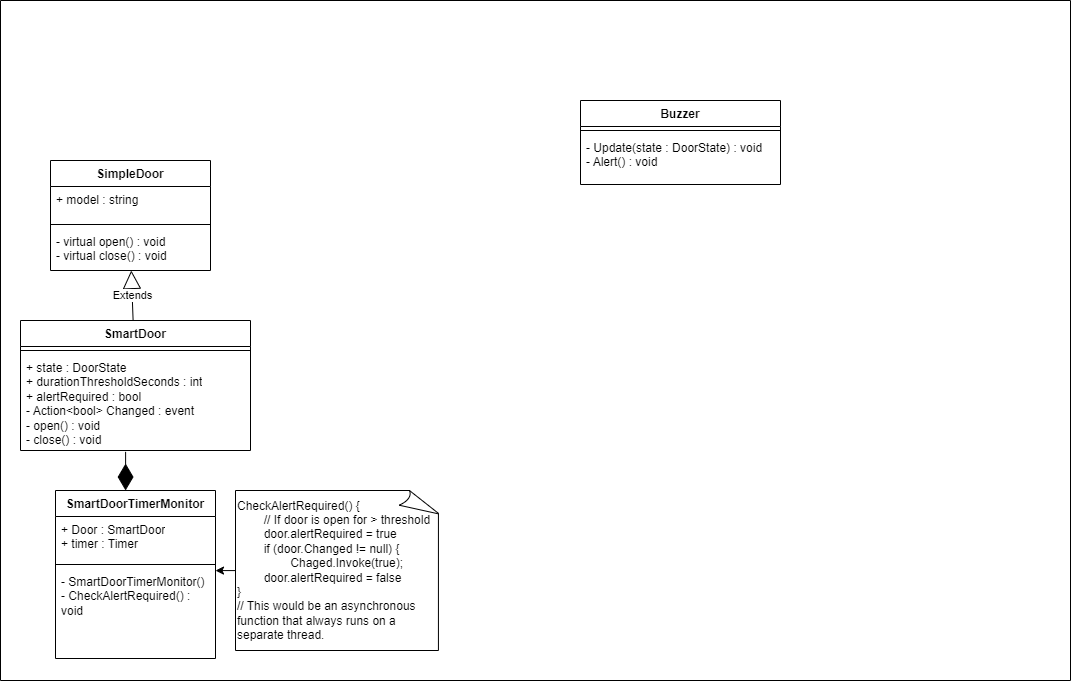
The draw.io diagram DoorSimulatorPrototype - After/DoorPrototypeAfter.png in elementalneil/freshers-bootcamp-2024, before a commit. Source tidied: cells renumbered, new cells last; positions are measured from the earlier drawing's top-left corner, leaving out a move shared by most shapes.
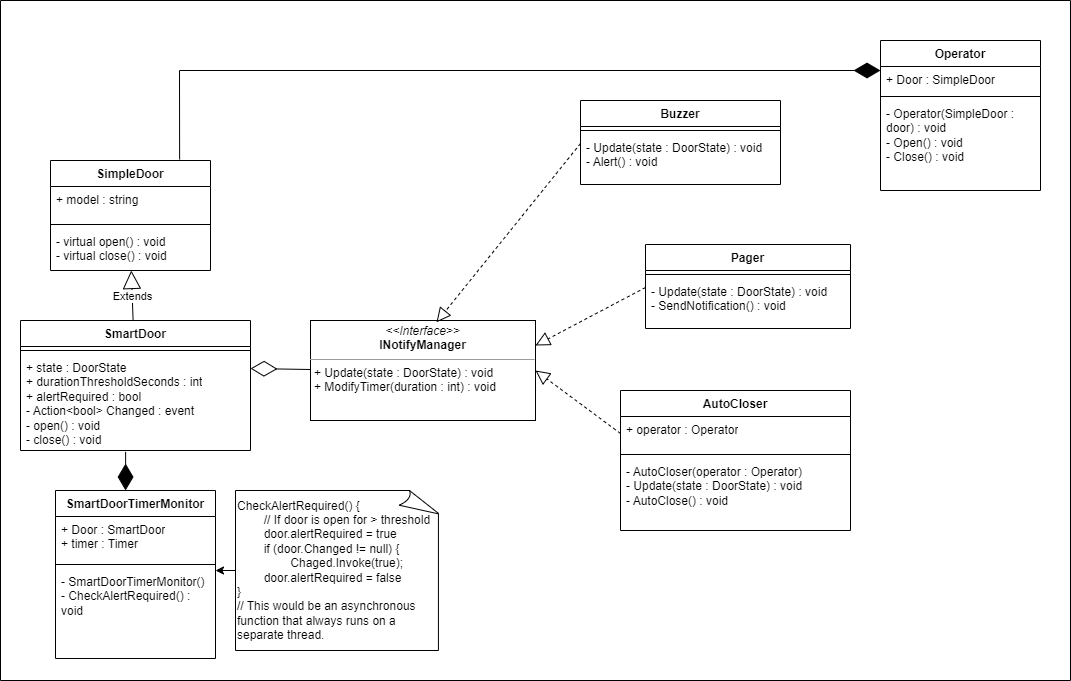
After the change.

Commit message:
Fixed Issue in UML Diagram

What changed in the source:
```diff
@@ -2,64 +2,128 @@
   <root>
     <mxCell id="0" />
     <mxCell id="1" parent="0" />
-    <mxCell id="2" style="swimlane;startSize=0;direction=south;" parent="1" vertex="1">
-      <mxGeometry width="1070" height="680" as="geometry" />
+    <mxCell id="2" value="&lt;p style=&quot;margin:0px;margin-top:4px;text-align:center;&quot;&gt;&lt;i&gt;&amp;lt;&amp;lt;Interface&amp;gt;&amp;gt;&lt;/i&gt;&lt;br&gt;&lt;b&gt;INotifyManager&lt;/b&gt;&lt;/p&gt;&lt;hr size=&quot;1&quot;&gt;&lt;p style=&quot;margin:0px;margin-left:4px;&quot;&gt;&lt;/p&gt;&lt;p style=&quot;margin:0px;margin-left:4px;&quot;&gt;&lt;span style=&quot;background-color: initial;&quot;&gt;+ Update(state : DoorState) : void&lt;/span&gt;&lt;br&gt;&lt;/p&gt;&lt;p style=&quot;margin:0px;margin-left:4px;&quot;&gt;+ ModifyTimer(duration : int) : void&lt;br&gt;&lt;/p&gt;" style="verticalAlign=top;align=left;overflow=fill;fontSize=12;fontFamily=Helvetica;html=1;whiteSpace=wrap;" parent="1" vertex="1">
+      <mxGeometry width="225" height="100" as="geometry" />
     </mxCell>
-    <mxCell id="3" value="Buzzer" style="swimlane;fontStyle=1;align=center;verticalAlign=top;horizontal=1;startSize=26;whiteSpace=wrap;html=1;" parent="2" vertex="1">
-      <mxGeometry x="580" y="100" width="200" height="84" as="geometry" />
+    <mxCell id="3" style="endArrow=diamondThin;endFill=0;endSize=24;html=1;rounded=0;entryX=1;entryY=0.5;entryDx=0;entryDy=0;exitX=-0.002;exitY=0.49;exitDx=0;exitDy=0;exitPerimeter=0;" parent="1" edge="1" source="2">
+      <mxGeometry relative="1" as="geometry">
+        <mxPoint x="-60" y="48" as="targetPoint" />
+      </mxGeometry>
     </mxCell>
-    <mxCell id="4" style="line;strokeWidth=1;fillColor=none;align=left;verticalAlign=middle;spacingTop=-1;spacingLeft=3;spacingRight=3;labelPosition=right;strokeColor=inherit;" parent="3" vertex="1">
-      <mxGeometry y="26" width="200" height="8" as="geometry" />
+    <mxCell id="4" value="Pager" style="swimlane;fontStyle=1;align=center;verticalAlign=top;horizontal=1;startSize=26;whiteSpace=wrap;html=1;" parent="1" vertex="1">
+      <mxGeometry x="335" y="-76" width="205" height="84" as="geometry" />
     </mxCell>
-    <mxCell id="5" value="- Update(state : DoorState) : void&lt;br&gt;- Alert() : void" style="text;strokeColor=none;fillColor=none;align=left;verticalAlign=top;spacingLeft=4;spacingRight=4;overflow=hidden;whiteSpace=wrap;html=1;" parent="3" vertex="1">
-      <mxGeometry y="34" width="200" height="50" as="geometry" />
+    <mxCell id="5" style="line;strokeWidth=1;fillColor=none;align=left;verticalAlign=middle;spacingTop=-1;spacingLeft=3;spacingRight=3;labelPosition=right;strokeColor=inherit;" parent="4" vertex="1">
+      <mxGeometry y="26" width="205" height="8" as="geometry" />
     </mxCell>
-    <mxCell id="6" value="SmartDoorTimerMonitor" style="swimlane;fontStyle=1;align=center;verticalAlign=top;horizontal=1;startSize=26;whiteSpace=wrap;html=1;" parent="2" vertex="1">
-      <mxGeometry x="55" y="490" width="160" height="168" as="geometry" />
+    <mxCell id="6" value="- Update(state : DoorState) : void&lt;br&gt;- SendNotification() : void" style="text;strokeColor=none;fillColor=none;align=left;verticalAlign=top;spacingLeft=4;spacingRight=4;overflow=hidden;points=[[0,0.5],[1,0.5]];portConstraint=eastwest;whiteSpace=wrap;html=1;" parent="4" vertex="1">
+      <mxGeometry y="34" width="205" height="50" as="geometry" />
     </mxCell>
-    <mxCell id="7" value="+ Door : SmartDoor&lt;br&gt;+ timer : Timer" style="text;strokeColor=none;fillColor=none;align=left;verticalAlign=top;spacingLeft=4;spacingRight=4;overflow=hidden;whiteSpace=wrap;html=1;" parent="6" vertex="1">
-      <mxGeometry y="26" width="160" height="44" as="geometry" />
+    <mxCell id="7" value="AutoCloser" style="swimlane;fontStyle=1;align=center;verticalAlign=top;horizontal=1;startSize=26;whiteSpace=wrap;html=1;" parent="1" vertex="1">
+      <mxGeometry x="310" y="70" width="230" height="140" as="geometry" />
     </mxCell>
-    <mxCell id="8" style="line;strokeWidth=1;fillColor=none;align=left;verticalAlign=middle;spacingTop=-1;spacingLeft=3;spacingRight=3;labelPosition=right;points=[];portConstraint=eastwest;strokeColor=inherit;" parent="6" vertex="1">
-      <mxGeometry y="70" width="160" height="8" as="geometry" />
+    <mxCell id="8" value="+ operator : Operator" style="text;strokeColor=none;fillColor=none;align=left;verticalAlign=top;spacingLeft=4;spacingRight=4;overflow=hidden;points=[[0,0.5],[1,0.5]];portConstraint=eastwest;whiteSpace=wrap;html=1;" parent="7" vertex="1">
+      <mxGeometry y="26" width="230" height="34" as="geometry" />
     </mxCell>
-    <mxCell id="9" value="- SmartDoorTimerMonitor()&lt;br&gt;- CheckAlertRequired() : void" style="text;strokeColor=none;fillColor=none;align=left;verticalAlign=top;spacingLeft=4;spacingRight=4;overflow=hidden;whiteSpace=wrap;html=1;" parent="6" vertex="1">
-      <mxGeometry y="78" width="160" height="90" as="geometry" />
+    <mxCell id="9" style="line;strokeWidth=1;fillColor=none;align=left;verticalAlign=middle;spacingTop=-1;spacingLeft=3;spacingRight=3;labelPosition=right;strokeColor=inherit;" parent="7" vertex="1">
+      <mxGeometry y="60" width="230" height="8" as="geometry" />
     </mxCell>
-    <mxCell id="10" value="CheckAlertRequired() {&lt;br&gt;&lt;span style=&quot;white-space: pre;&quot;&gt;&#9;&lt;/span&gt;// If door is open for &amp;gt; threshold&lt;br&gt;&lt;span style=&quot;white-space: pre;&quot;&gt;&#9;&lt;/span&gt;door.alertRequired = true&lt;br&gt;&lt;span style=&quot;white-space: pre;&quot;&gt;&#9;&lt;/span&gt;if (door.Changed != null) {&lt;br&gt;&lt;span style=&quot;white-space: pre;&quot;&gt;&#9;&lt;/span&gt;&lt;span style=&quot;white-space: pre;&quot;&gt;&#9;&lt;/span&gt;Chaged.Invoke(true);&lt;br&gt;&lt;span style=&quot;white-space: pre;&quot;&gt;&#9;&lt;/span&gt;door.alertRequired = false&lt;br&gt;}&lt;br&gt;// This would be an asynchronous function that always runs on a separate thread." style="whiteSpace=wrap;html=1;shape=mxgraph.basic.document;align=left;" parent="2" vertex="1">
-      <mxGeometry x="235" y="490" width="205" height="160" as="geometry" />
+    <mxCell id="10" value="- AutoCloser(operator : Operator)&lt;br&gt;- Update(state : DoorState) : void&lt;br&gt;- AutoClose() : void" style="text;strokeColor=none;fillColor=none;align=left;verticalAlign=top;spacingLeft=4;spacingRight=4;overflow=hidden;points=[[0,0.5],[1,0.5]];portConstraint=eastwest;whiteSpace=wrap;html=1;" parent="7" vertex="1">
+      <mxGeometry y="68" width="230" height="72" as="geometry" />
     </mxCell>
-    <mxCell id="11" style="edgeStyle=orthogonalEdgeStyle;rounded=0;jettySize=auto;html=1;" parent="2" edge="1" source="10">
+    <mxCell id="11" style="endArrow=block;dashed=1;endFill=0;endSize=12;html=1;rounded=0;exitX=0;exitY=0.5;exitDx=0;exitDy=0;entryX=0.56;entryY=0.018;entryDx=0;entryDy=0;entryPerimeter=0;" parent="1" edge="1" target="2">
       <mxGeometry relative="1" as="geometry">
-        <mxPoint x="215" y="570" as="targetPoint" />
+        <mxPoint x="270" y="-177" as="sourcePoint" />
       </mxGeometry>
     </mxCell>
-    <mxCell id="12" value="SmartDoor&lt;br&gt;" style="swimlane;fontStyle=1;align=center;verticalAlign=top;horizontal=1;startSize=26;whiteSpace=wrap;html=1;" parent="2" vertex="1">
-      <mxGeometry x="20" y="320" width="230" height="130" as="geometry" />
+    <mxCell id="12" style="endArrow=block;dashed=1;endFill=0;endSize=12;html=1;rounded=0;exitX=0;exitY=0.5;exitDx=0;exitDy=0;entryX=1;entryY=0.25;entryDx=0;entryDy=0;" parent="1" edge="1" target="2">
+      <mxGeometry relative="1" as="geometry">
+        <mxPoint x="335" y="-33" as="sourcePoint" />
+      </mxGeometry>
     </mxCell>
-    <mxCell id="13" style="line;strokeWidth=1;fillColor=none;align=left;verticalAlign=middle;spacingTop=-1;spacingLeft=3;spacingRight=3;labelPosition=right;strokeColor=inherit;" parent="12" vertex="1">
-      <mxGeometry y="26" width="230" height="8" as="geometry" />
+    <mxCell id="13" style="endArrow=block;dashed=1;endFill=0;endSize=12;html=1;rounded=0;exitX=0;exitY=0.5;exitDx=0;exitDy=0;entryX=1;entryY=0.5;entryDx=0;entryDy=0;" parent="1" edge="1" source="8" target="2">
+      <mxGeometry relative="1" as="geometry" />
     </mxCell>
-    <mxCell id="14" value="+ state : DoorState&lt;br&gt;+ durationThresholdSeconds : int&lt;br style=&quot;border-color: var(--border-color);&quot;&gt;+ alertRequired : bool&lt;br&gt;- Action&amp;lt;bool&amp;gt; Changed : event&lt;br&gt;- open() : void&lt;br&gt;- close() : void" style="text;strokeColor=none;fillColor=none;align=left;verticalAlign=top;spacingLeft=4;spacingRight=4;overflow=hidden;points=[[0,0.5],[1,0.5]];portConstraint=eastwest;whiteSpace=wrap;html=1;" parent="12" vertex="1">
-      <mxGeometry y="34" width="230" height="96" as="geometry" />
+    <mxCell id="14" value="Operator" style="swimlane;fontStyle=1;align=center;verticalAlign=top;horizontal=1;startSize=26;whiteSpace=wrap;html=1;" parent="1" vertex="1">
+      <mxGeometry x="570" y="-280" width="160" height="150" as="geometry" />
     </mxCell>
-    <mxCell id="15" style="endArrow=diamondThin;endFill=1;endSize=24;html=1;rounded=0;exitX=0.457;exitY=1.014;exitDx=0;exitDy=0;exitPerimeter=0;entryX=0.438;entryY=0;entryDx=0;entryDy=0;entryPerimeter=0;" parent="2" edge="1" source="14" target="6">
-      <mxGeometry relative="1" as="geometry" />
+    <mxCell id="15" value="+ Door : SimpleDoor" style="text;strokeColor=none;fillColor=none;align=left;verticalAlign=top;spacingLeft=4;spacingRight=4;overflow=hidden;whiteSpace=wrap;html=1;" parent="14" vertex="1">
+      <mxGeometry y="26" width="160" height="26" as="geometry" />
     </mxCell>
-    <mxCell id="16" value="SimpleDoor" style="swimlane;fontStyle=1;align=center;verticalAlign=top;horizontal=1;startSize=26;whiteSpace=wrap;html=1;" parent="2" vertex="1">
-      <mxGeometry x="50" y="160" width="160" height="110" as="geometry" />
+    <mxCell id="16" style="line;strokeWidth=1;fillColor=none;align=left;verticalAlign=middle;spacingTop=-1;spacingLeft=3;spacingRight=3;labelPosition=right;strokeColor=inherit;" parent="14" vertex="1">
+      <mxGeometry y="52" width="160" height="8" as="geometry" />
     </mxCell>
-    <mxCell id="17" value="+ model : string" style="text;strokeColor=none;fillColor=none;align=left;verticalAlign=top;spacingLeft=4;spacingRight=4;overflow=hidden;whiteSpace=wrap;html=1;" parent="16" vertex="1">
-      <mxGeometry y="26" width="160" height="34" as="geometry" />
+    <mxCell id="17" value="- Operator(SimpleDoor : door) : void&lt;br&gt;- Open() : void&lt;br&gt;- Close() : void" style="text;strokeColor=none;fillColor=none;align=left;verticalAlign=top;spacingLeft=4;spacingRight=4;overflow=hidden;whiteSpace=wrap;html=1;" parent="14" vertex="1">
+      <mxGeometry y="60" width="160" height="90" as="geometry" />
     </mxCell>
-    <mxCell id="18" style="line;strokeWidth=1;fillColor=none;align=left;verticalAlign=middle;spacingTop=-1;spacingLeft=3;spacingRight=3;labelPosition=right;strokeColor=inherit;" parent="16" vertex="1">
-      <mxGeometry y="60" width="160" height="8" as="geometry" />
+    <mxCell id="18" style="swimlane;startSize=0;direction=south;" parent="1" vertex="1">
+      <mxGeometry x="-310" y="-320" width="1070" height="680" as="geometry" />
     </mxCell>
-    <mxCell id="19" value="- virtual open() : void&lt;br&gt;- virtual close() : void" style="text;strokeColor=none;fillColor=none;align=left;verticalAlign=top;spacingLeft=4;spacingRight=4;overflow=hidden;points=[[0,0.5],[1,0.5]];portConstraint=eastwest;whiteSpace=wrap;html=1;" parent="16" vertex="1">
-      <mxGeometry y="68" width="160" height="42" as="geometry" />
+    <mxCell id="19" value="Buzzer" style="swimlane;fontStyle=1;align=center;verticalAlign=top;horizontal=1;startSize=26;whiteSpace=wrap;html=1;" parent="18" vertex="1">
+      <mxGeometry x="580" y="100" width="200" height="84" as="geometry" />
     </mxCell>
-    <mxCell id="20" value="Extends" style="endArrow=block;endSize=16;endFill=0;html=1;rounded=0;" parent="2" edge="1" source="12" target="19">
-      <mxGeometry relative="1" as="geometry" />
+    <mxCell id="20" style="line;strokeWidth=1;fillColor=none;align=left;verticalAlign=middle;spacingTop=-1;spacingLeft=3;spacingRight=3;labelPosition=right;strokeColor=inherit;" parent="19" vertex="1">
+      <mxGeometry y="26" width="200" height="8" as="geometry" />
     </mxCell>
+    <mxCell id="21" value="- Update(state : DoorState) : void&lt;br&gt;- Alert() : void" style="text;strokeColor=none;fillColor=none;align=left;verticalAlign=top;spacingLeft=4;spacingRight=4;overflow=hidden;whiteSpace=wrap;html=1;" parent="19" vertex="1">
+      <mxGeometry y="34" width="200" height="50" as="geometry" />
+    </mxCell>
+    <mxCell id="22" value="SmartDoorTimerMonitor" style="swimlane;fontStyle=1;align=center;verticalAlign=top;horizontal=1;startSize=26;whiteSpace=wrap;html=1;" parent="18" vertex="1">
+      <mxGeometry x="55" y="490" width="160" height="168" as="geometry" />
+    </mxCell>
+    <mxCell id="23" value="+ Door : SmartDoor&lt;br&gt;+ timer : Timer" style="text;strokeColor=none;fillColor=none;align=left;verticalAlign=top;spacingLeft=4;spacingRight=4;overflow=hidden;whiteSpace=wrap;html=1;" parent="22" vertex="1">
+      <mxGeometry y="26" width="160" height="44" as="geometry" />
+    </mxCell>
+    <mxCell id="24" style="line;strokeWidth=1;fillColor=none;align=left;verticalAlign=middle;spacingTop=-1;spacingLeft=3;spacingRight=3;labelPosition=right;strokeColor=inherit;" parent="22" vertex="1">
+      <mxGeometry y="70" width="160" height="8" as="geometry" />
+    </mxCell>
+    <mxCell id="25" value="- SmartDoorTimerMonitor()&lt;br&gt;- CheckAlertRequired() : void" style="text;strokeColor=none;fillColor=none;align=left;verticalAlign=top;spacingLeft=4;spacingRight=4;overflow=hidden;whiteSpace=wrap;html=1;" parent="22" vertex="1">
+      <mxGeometry y="78" width="160" height="90" as="geometry" />
+    </mxCell>
+    <mxCell id="26" value="CheckAlertRequired() {&lt;br&gt;&lt;span style=&quot;white-space: pre;&quot;&gt;&#9;&lt;/span&gt;// If door is open for &amp;gt; threshold&lt;br&gt;&lt;span style=&quot;white-space: pre;&quot;&gt;&#9;&lt;/span&gt;door.alertRequired = true&lt;br&gt;&lt;span style=&quot;white-space: pre;&quot;&gt;&#9;&lt;/span&gt;if (door.Changed != null) {&lt;br&gt;&lt;span style=&quot;white-space: pre;&quot;&gt;&#9;&lt;/span&gt;&lt;span style=&quot;white-space: pre;&quot;&gt;&#9;&lt;/span&gt;Chaged.Invoke(true);&lt;br&gt;&lt;span style=&quot;white-space: pre;&quot;&gt;&#9;&lt;/span&gt;door.alertRequired = false&lt;br&gt;}&lt;br&gt;// This would be an asynchronous function that always runs on a separate thread." style="whiteSpace=wrap;html=1;shape=mxgraph.basic.document;align=left;" parent="18" vertex="1">
+      <mxGeometry x="235" y="490" width="205" height="160" as="geometry" />
+    </mxCell>
+    <mxCell id="27" style="edgeStyle=orthogonalEdgeStyle;rounded=0;jettySize=auto;html=1;" parent="18" edge="1" source="26">
+      <mxGeometry relative="1" as="geometry">
+        <mxPoint x="215" y="570" as="targetPoint" />
+      </mxGeometry>
+    </mxCell>
+    <mxCell id="28" value="SmartDoor&lt;br&gt;" style="swimlane;fontStyle=1;align=center;verticalAlign=top;horizontal=1;startSize=26;whiteSpace=wrap;html=1;" parent="18" vertex="1">
+      <mxGeometry x="20" y="320" width="230" height="130" as="geometry" />
+    </mxCell>
+    <mxCell id="29" style="line;strokeWidth=1;fillColor=none;align=left;verticalAlign=middle;spacingTop=-1;spacingLeft=3;spacingRight=3;labelPosition=right;strokeColor=inherit;" parent="28" vertex="1">
+      <mxGeometry y="26" width="230" height="8" as="geometry" />
+    </mxCell>
+    <mxCell id="30" value="+ state : DoorState&lt;br&gt;+ durationThresholdSeconds : int&lt;br style=&quot;border-color: var(--border-color);&quot;&gt;+ alertRequired : bool&lt;br&gt;- Action&amp;lt;bool&amp;gt; Changed : event&lt;br&gt;- open() : void&lt;br&gt;- close() : void" style="text;strokeColor=none;fillColor=none;align=left;verticalAlign=top;spacingLeft=4;spacingRight=4;overflow=hidden;points=[[0,0.5],[1,0.5]];portConstraint=eastwest;whiteSpace=wrap;html=1;" parent="28" vertex="1">
+      <mxGeometry y="34" width="230" height="96" as="geometry" />
+    </mxCell>
+    <mxCell id="31" style="endArrow=diamondThin;endFill=1;endSize=24;html=1;rounded=0;exitX=0.457;exitY=1.014;exitDx=0;exitDy=0;exitPerimeter=0;entryX=0.438;entryY=0;entryDx=0;entryDy=0;entryPerimeter=0;" parent="18" edge="1" source="30" target="22">
+      <mxGeometry relative="1" as="geometry" />
+    </mxCell>
+    <mxCell id="32" value="SimpleDoor" style="swimlane;fontStyle=1;align=center;verticalAlign=top;horizontal=1;startSize=26;whiteSpace=wrap;html=1;" parent="18" vertex="1">
+      <mxGeometry x="50" y="160" width="160" height="110" as="geometry" />
+    </mxCell>
+    <mxCell id="33" value="+ model : string" style="text;strokeColor=none;fillColor=none;align=left;verticalAlign=top;spacingLeft=4;spacingRight=4;overflow=hidden;whiteSpace=wrap;html=1;" parent="32" vertex="1">
+      <mxGeometry y="26" width="160" height="34" as="geometry" />
+    </mxCell>
+    <mxCell id="34" style="line;strokeWidth=1;fillColor=none;align=left;verticalAlign=middle;spacingTop=-1;spacingLeft=3;spacingRight=3;labelPosition=right;strokeColor=inherit;" parent="32" vertex="1">
+      <mxGeometry y="60" width="160" height="8" as="geometry" />
+    </mxCell>
+    <mxCell id="35" value="- virtual open() : void&lt;br&gt;- virtual close() : void" style="text;strokeColor=none;fillColor=none;align=left;verticalAlign=top;spacingLeft=4;spacingRight=4;overflow=hidden;points=[[0,0.5],[1,0.5]];portConstraint=eastwest;whiteSpace=wrap;html=1;" parent="32" vertex="1">
+      <mxGeometry y="68" width="160" height="42" as="geometry" />
+    </mxCell>
+    <mxCell id="36" value="Extends" style="endArrow=block;endSize=16;endFill=0;html=1;rounded=0;" parent="18" edge="1" source="28" target="35">
+      <mxGeometry relative="1" as="geometry" />
+    </mxCell>
+    <mxCell id="37" style="endArrow=diamondThin;endFill=1;endSize=24;html=1;rounded=0;edgeStyle=orthogonalEdgeStyle;exitX=0.807;exitY=-0.009;exitDx=0;exitDy=0;exitPerimeter=0;" parent="1" edge="1" source="32">
+      <mxGeometry relative="1" as="geometry">
+        <mxPoint x="570" y="-250" as="targetPoint" />
+        <Array as="points">
+          <mxPoint x="-131" y="-163" />
+          <mxPoint x="-131" y="-163" />
+          <mxPoint x="-131" y="-250" />
+        </Array>
+      </mxGeometry>
+    </mxCell>
   </root>
 </mxGraphModel>
```
